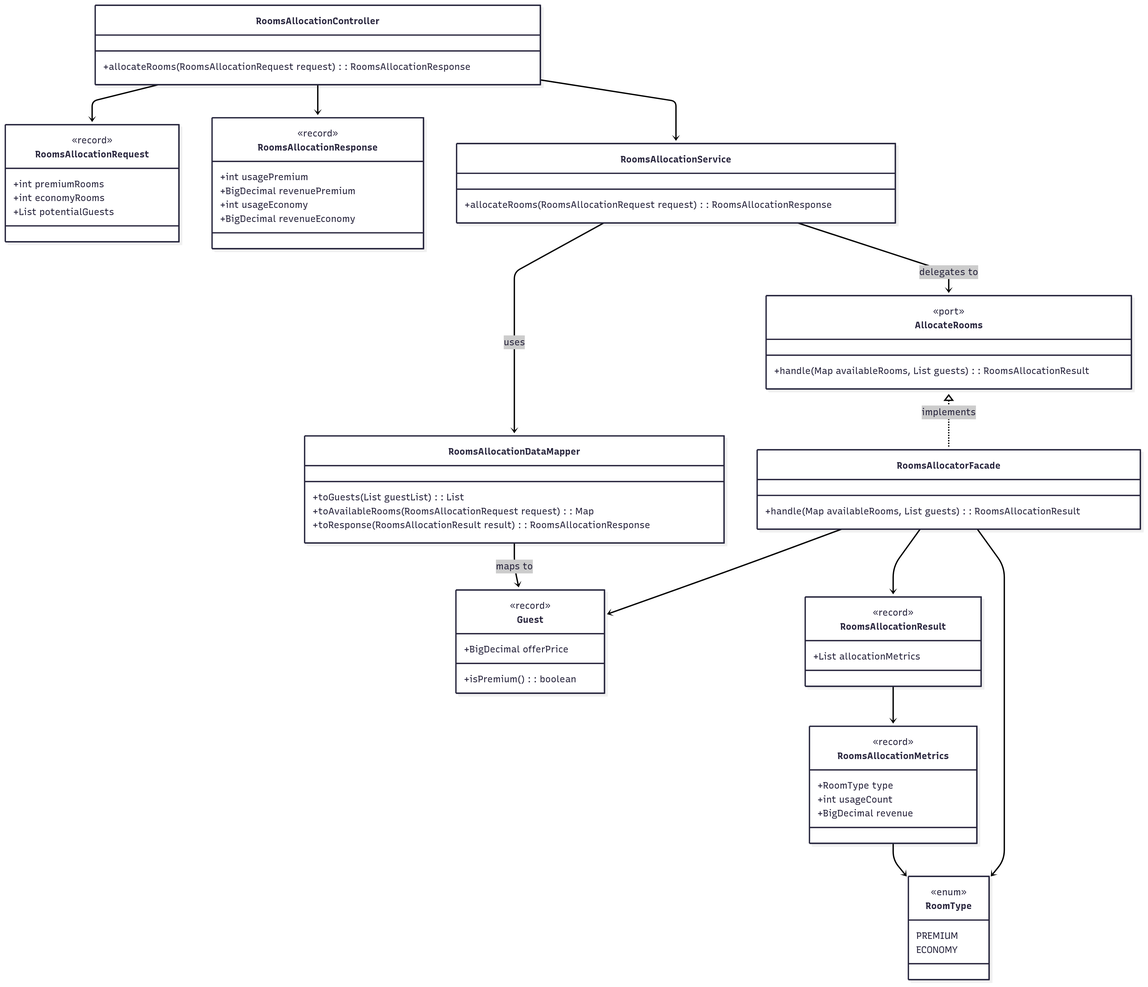
This is docs/class_diagram.png from egnbjork/HotelRoomAllocation, a Mermaid export, as it was before one commit. Its source is kept beside it as docs/class_diagram.mmd. Source of this version:
```mermaid
classDiagram
direction TB

    class RoomsAllocationController {
        +allocateRooms(RoomsAllocationRequest request): RoomsAllocationResponse
    }

    class RoomsAllocationRequest {
        <<record>>
        +int premiumRooms
        +int economyRooms
        +List<BigDecimal> potentialGuests
    }

    class RoomsAllocationResponse {
        <<record>>
        +int usagePremium
        +BigDecimal revenuePremium
        +int usageEconomy
        +BigDecimal revenueEconomy
    }

    class RoomsAllocationService {
        +allocateRooms(RoomsAllocationRequest request): RoomsAllocationResponse
    }

    class RoomsAllocationDataMapper {
        +toGuests(List<BigDecimal> guestList): List<Guest>
        +toAvailableRooms(RoomsAllocationRequest request): Map<RoomType, Integer>
        +toResponse(RoomsAllocationResult result): RoomsAllocationResponse
    }

    class Guest {
	    +BigDecimal offerPrice
        +isPremium(): boolean
    }

    class AllocateRooms {
        <<port>>
        +handle(Map<RoomType, Integer> availableRooms, List<Guest> guests): RoomsAllocationResult
    }

    class RoomsAllocator {
        +handle(Map<RoomType, Integer> availableRooms, List<Guest> guests): RoomsAllocationResult
    }

    class RoomsAllocationResult {
        <<record>>
        +List<RoomsAllocationMetrics> allocationMetrics
    }

    class RoomsAllocationMetrics {
        <<record>>
        +RoomType type
        +int usageCount
        +BigDecimal revenue
    }


    class RoomType {
        <<enum>>
        PREMIUM
        ECONOMY
    }

    RoomsAllocationController --> RoomsAllocationRequest
    RoomsAllocationController --> RoomsAllocationResponse
    RoomsAllocationController --> RoomsAllocationService
    RoomsAllocationService --> RoomsAllocationDataMapper :uses
    RoomsAllocationDataMapper --> Guest :maps to
    RoomsAllocationService --> AllocateRooms :delegates to
    AllocateRooms <|.. RoomsAllocator : implements
    RoomsAllocator --> RoomsAllocationResult
    RoomsAllocationResult --> RoomsAllocationMetrics
    RoomsAllocationMetrics --> RoomType
    RoomsAllocator --> Guest
    RoomsAllocator --> RoomType
```
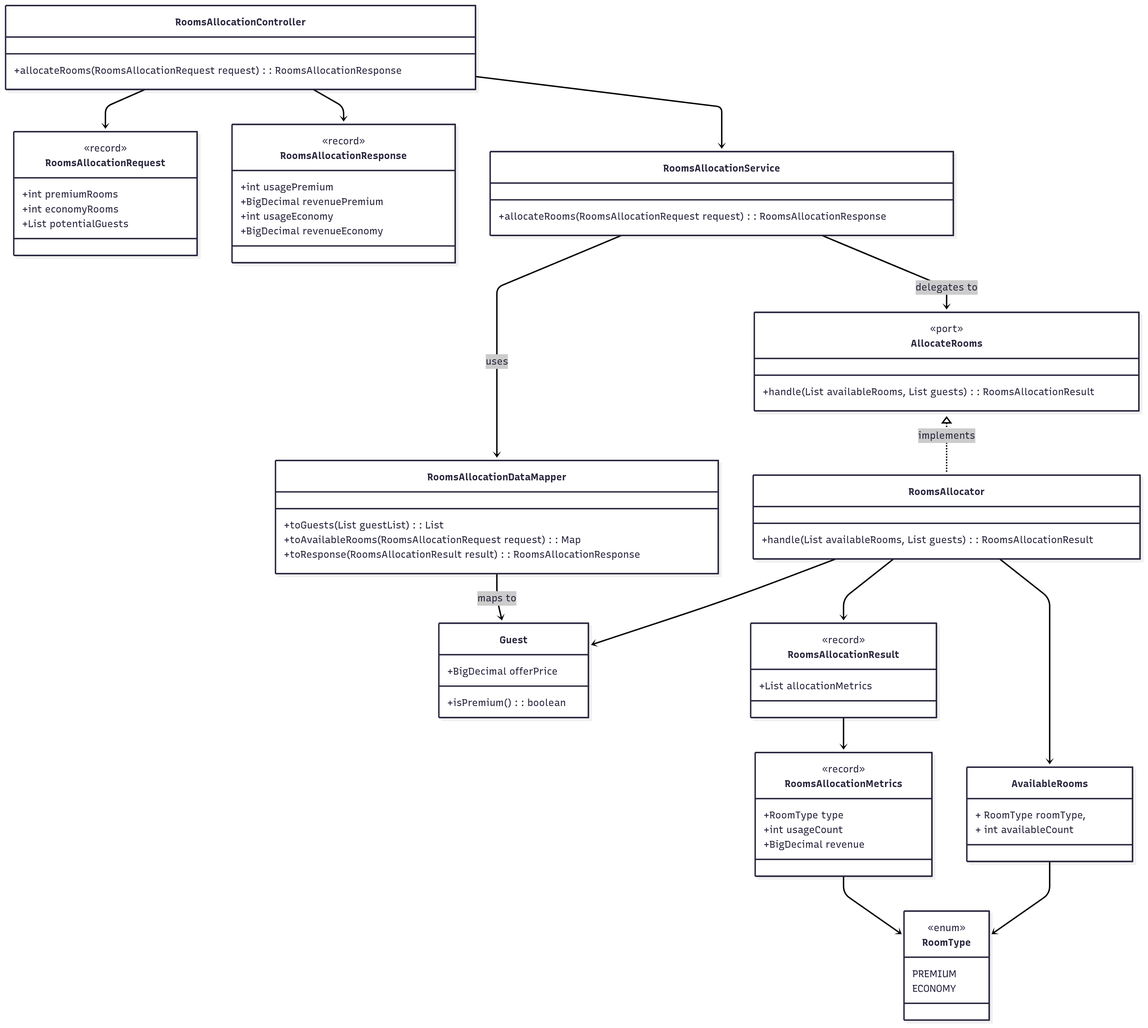
The same diagram one commit later.

Commit message:
add AvailableRooms record to class diagram for easier validation create a test template for basic room allocator requirements

The edit, as a diff of the source:
```diff
@@ -37,11 +37,16 @@
 
     class AllocateRooms {
         <<port>>
-        +handle(Map<RoomType, Integer> availableRooms, List<Guest> guests): RoomsAllocationResult
+        +handle(List<AvailableRooms> availableRooms, List<Guest> guests): RoomsAllocationResult
     }
 
     class RoomsAllocator {
-        +handle(Map<RoomType, Integer> availableRooms, List<Guest> guests): RoomsAllocationResult
+        +handle(List<AvailableRooms> availableRooms, List<Guest> guests): RoomsAllocationResult
+    }
+
+    class AvailableRooms {
+        + RoomType roomType,
+        + int availableCount
     }
 
     class RoomsAllocationResult {
@@ -74,4 +79,5 @@
     RoomsAllocationResult --> RoomsAllocationMetrics
     RoomsAllocationMetrics --> RoomType
     RoomsAllocator --> Guest
-    RoomsAllocator --> RoomType
+    AvailableRooms --> RoomType
+    RoomsAllocator --> AvailableRooms
```
